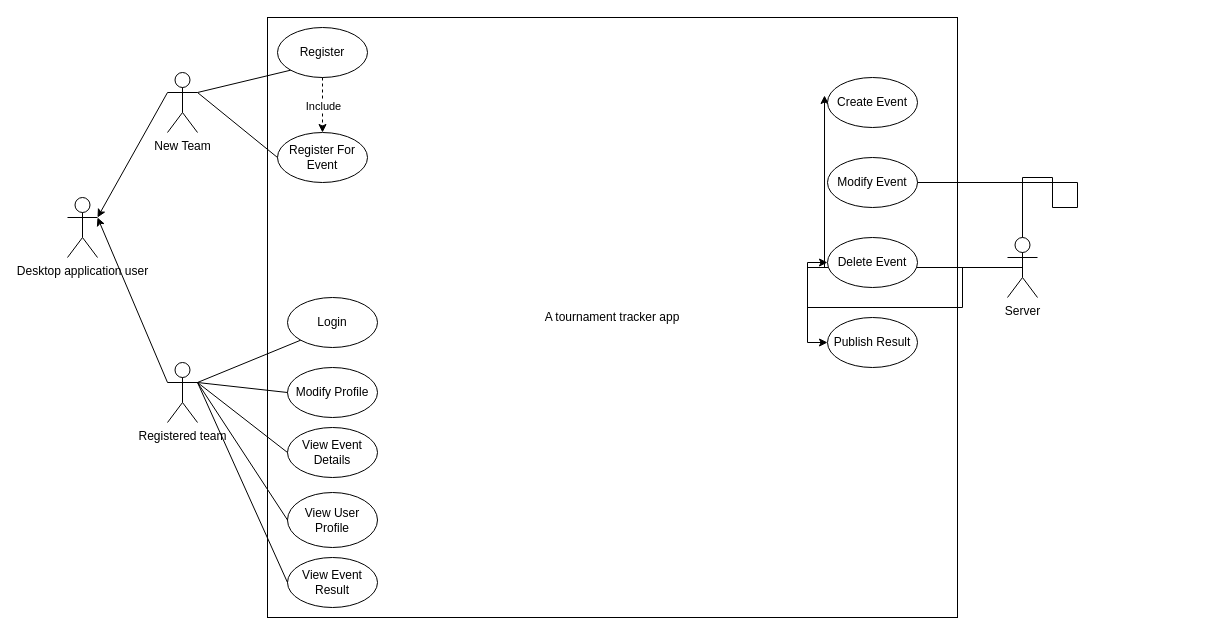
Above: Do An/Báo cáo giữa kì/Use case diagram.drawio in LapTrinhMangProject/NT106.N22.Group10 (draw.io), before the change. Source tidied: cells renumbered, new cells numbered last; positions are measured from the earlier drawing's top-left corner, leaving out a move shared by most shapes. Both pictures are drawn from the tidied source at 100%, with x=0, y=0 at pixel (67, 17).
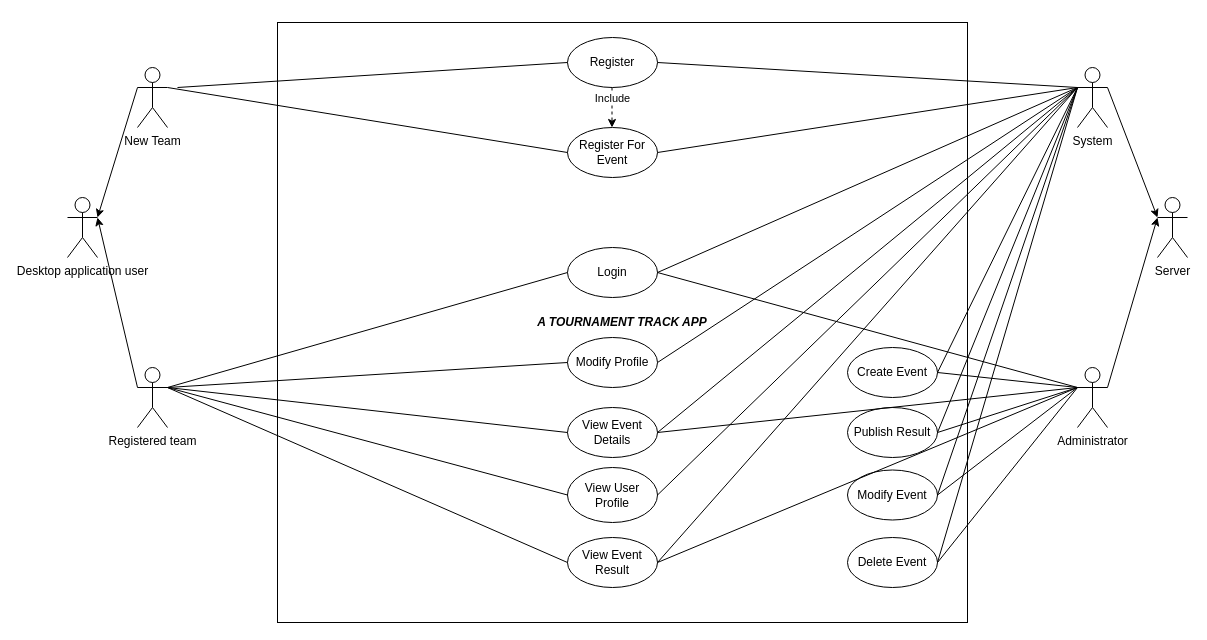
After the change.

Diff of the diagram source:
```diff
@@
-    <mxCell id="2" value="A tournament tracker app" style="rounded=0;whiteSpace=wrap;html=1;" parent="1" vertex="1">
-      <mxGeometry x="200" width="690" height="600" as="geometry" />
+    <mxCell id="2" value="&lt;b&gt;&lt;i&gt;A TOURNAMENT TRACK APP&lt;/i&gt;&lt;/b&gt;" style="rounded=0;whiteSpace=wrap;html=1;" parent="1" vertex="1">
+      <mxGeometry x="210" y="5" width="690" height="600" as="geometry" />
     </mxCell>
-    <mxCell id="3" style="edgeStyle=orthogonalEdgeStyle;rounded=0;jettySize=auto;html=1;exitX=0.5;exitY=0.5;exitDx=0;exitDy=0;exitPerimeter=0;entryX=-0.033;entryY=0.36;entryDx=0;entryDy=0;entryPerimeter=0;" parent="1" edge="1" source="7" target="9">
-      <mxGeometry relative="1" as="geometry" />
-    </mxCell>
-    <mxCell id="4" style="edgeStyle=orthogonalEdgeStyle;rounded=0;jettySize=auto;html=1;exitX=0.5;exitY=0.5;exitDx=0;exitDy=0;exitPerimeter=0;entryX=0;entryY=0.5;entryDx=0;entryDy=0;" parent="1" edge="1" source="7" target="10">
-      <mxGeometry relative="1" as="geometry">
-        <Array as="points">
-          <mxPoint x="985" y="160" />
-          <mxPoint x="985" y="190" />
-          <mxPoint x="1010" y="190" />
-        </Array>
-      </mxGeometry>
-    </mxCell>
-    <mxCell id="5" style="edgeStyle=orthogonalEdgeStyle;rounded=0;jettySize=auto;html=1;exitX=0.5;exitY=0.5;exitDx=0;exitDy=0;exitPerimeter=0;entryX=0;entryY=0.5;entryDx=0;entryDy=0;" parent="1" edge="1" source="7" target="11">
-      <mxGeometry relative="1" as="geometry" />
-    </mxCell>
-    <mxCell id="6" style="edgeStyle=orthogonalEdgeStyle;rounded=0;jettySize=auto;html=1;exitX=0.5;exitY=0.5;exitDx=0;exitDy=0;exitPerimeter=0;entryX=0;entryY=0.5;entryDx=0;entryDy=0;" parent="1" edge="1" source="7" target="12">
-      <mxGeometry relative="1" as="geometry" />
-    </mxCell>
     <mxCell id="7" value="Server&lt;br&gt;" style="shape=umlActor;verticalLabelPosition=bottom;verticalAlign=top;html=1;" parent="1" vertex="1">
-      <mxGeometry x="940" y="220" width="30" height="60" as="geometry" />
+      <mxGeometry x="1090" y="180" width="30" height="60" as="geometry" />
     </mxCell>
     <mxCell id="8" value="New Team" style="shape=umlActor;verticalLabelPosition=bottom;verticalAlign=top;html=1;" parent="1" vertex="1">
-      <mxGeometry x="100" y="55" width="30" height="60" as="geometry" />
+      <mxGeometry x="70" y="50" width="30" height="60" as="geometry" />
     </mxCell>
-    <mxCell id="9" value="Create Event" style="ellipse;whiteSpace=wrap;html=1;" parent="1" vertex="1">
-      <mxGeometry x="760" y="60" width="90" height="50" as="geometry" />
-    </mxCell>
-    <mxCell id="10" value="Modify Event" style="ellipse;whiteSpace=wrap;html=1;" parent="1" vertex="1">
-      <mxGeometry x="760" y="140" width="90" height="50" as="geometry" />
-    </mxCell>
-    <mxCell id="11" value="Delete Event" style="ellipse;whiteSpace=wrap;html=1;" parent="1" vertex="1">
-      <mxGeometry x="760" y="220" width="90" height="50" as="geometry" />
-    </mxCell>
-    <mxCell id="12" value="Publish Result" style="ellipse;whiteSpace=wrap;html=1;" parent="1" vertex="1">
-      <mxGeometry x="760" y="300" width="90" height="50" as="geometry" />
-    </mxCell>
     <mxCell id="13" value="Register" style="ellipse;whiteSpace=wrap;html=1;" parent="1" vertex="1">
-      <mxGeometry x="210" y="10" width="90" height="50" as="geometry" />
+      <mxGeometry x="500" y="20" width="90" height="50" as="geometry" />
     </mxCell>
-    <mxCell id="14" value="Register For Event" style="ellipse;whiteSpace=wrap;html=1;" parent="1" vertex="1">
-      <mxGeometry x="210" y="115" width="90" height="50" as="geometry" />
-    </mxCell>
     <mxCell id="15" value="Modify Profile" style="ellipse;whiteSpace=wrap;html=1;" parent="1" vertex="1">
-      <mxGeometry x="220" y="350" width="90" height="50" as="geometry" />
+      <mxGeometry x="500" y="320" width="90" height="50" as="geometry" />
     </mxCell>
     <mxCell id="16" value="View Event Details" style="ellipse;whiteSpace=wrap;html=1;" parent="1" vertex="1">
-      <mxGeometry x="220" y="410" width="90" height="50" as="geometry" />
+      <mxGeometry x="500" y="390" width="90" height="50" as="geometry" />
     </mxCell>
     <mxCell id="17" value="View User Profile" style="ellipse;whiteSpace=wrap;html=1;" parent="1" vertex="1">
-      <mxGeometry x="220" y="475" width="90" height="55" as="geometry" />
+      <mxGeometry x="500" y="450" width="90" height="55" as="geometry" />
     </mxCell>
     <mxCell id="18" value="View Event Result" style="ellipse;whiteSpace=wrap;html=1;" parent="1" vertex="1">
-      <mxGeometry x="220" y="540" width="90" height="50" as="geometry" />
+      <mxGeometry x="500" y="520" width="90" height="50" as="geometry" />
     </mxCell>
-    <mxCell id="19" style="endArrow=classic;html=1;rounded=0;dashed=1;entryX=0.5;entryY=0;entryDx=0;entryDy=0;" parent="1" edge="1" source="13" target="14">
-      <mxGeometry relative="1" as="geometry" />
-    </mxCell>
-    <mxCell id="20" value="Include&lt;br&gt;" style="edgeLabel;html=1;align=center;verticalAlign=middle;" parent="19" vertex="1">
-      <mxGeometry relative="1" as="geometry" />
-    </mxCell>
     <mxCell id="21" value="Login" style="ellipse;whiteSpace=wrap;html=1;" parent="1" vertex="1">
-      <mxGeometry x="220" y="280" width="90" height="50" as="geometry" />
+      <mxGeometry x="500" y="230" width="90" height="50" as="geometry" />
     </mxCell>
     <mxCell id="22" value="Registered team" style="shape=umlActor;verticalLabelPosition=bottom;verticalAlign=top;html=1;outlineConnect=0;" parent="1" vertex="1">
-      <mxGeometry x="100" y="345" width="30" height="60" as="geometry" />
+      <mxGeometry x="70" y="350" width="30" height="60" as="geometry" />
     </mxCell>
@@
-    <mxCell id="24" style="endArrow=none;html=1;rounded=0;exitX=1;exitY=0.3333333333333333;exitDx=0;exitDy=0;exitPerimeter=0;entryX=0;entryY=1;entryDx=0;entryDy=0;" parent="1" edge="1" source="22" target="21">
-      <mxGeometry relative="1" as="geometry" />
-    </mxCell>
@@
-    <mxCell id="29" style="endArrow=none;html=1;rounded=0;exitX=1;exitY=0.3333333333333333;exitDx=0;exitDy=0;exitPerimeter=0;entryX=0;entryY=1;entryDx=0;entryDy=0;" parent="1" edge="1" source="8" target="13">
-      <mxGeometry relative="1" as="geometry" />
-    </mxCell>
-    <mxCell id="30" style="endArrow=none;html=1;rounded=0;exitX=1;exitY=0.3333333333333333;exitDx=0;exitDy=0;exitPerimeter=0;entryX=0;entryY=0.5;entryDx=0;entryDy=0;" parent="1" edge="1" source="8" target="14">
-      <mxGeometry relative="1" as="geometry" />
-    </mxCell>
@@
+    <mxCell id="33" value="System" style="shape=umlActor;verticalLabelPosition=bottom;verticalAlign=top;html=1;" parent="1" vertex="1">
+      <mxGeometry x="1010" y="50" width="30" height="60" as="geometry" />
+    </mxCell>
+    <mxCell id="34" value="Administrator" style="shape=umlActor;verticalLabelPosition=bottom;verticalAlign=top;html=1;" parent="1" vertex="1">
+      <mxGeometry x="1010" y="350" width="30" height="60" as="geometry" />
+    </mxCell>
+    <mxCell id="9" value="Create Event" style="ellipse;whiteSpace=wrap;html=1;" parent="1" vertex="1">
+      <mxGeometry x="780" y="330" width="90" height="50" as="geometry" />
+    </mxCell>
+    <mxCell id="12" value="Publish Result" style="ellipse;whiteSpace=wrap;html=1;" parent="1" vertex="1">
+      <mxGeometry x="780" y="390" width="90" height="50" as="geometry" />
+    </mxCell>
+    <mxCell id="10" value="Modify Event" style="ellipse;whiteSpace=wrap;html=1;" parent="1" vertex="1">
+      <mxGeometry x="780" y="452.5" width="90" height="50" as="geometry" />
+    </mxCell>
+    <mxCell id="11" value="Delete Event" style="ellipse;whiteSpace=wrap;html=1;" parent="1" vertex="1">
+      <mxGeometry x="780" y="520" width="90" height="50" as="geometry" />
+    </mxCell>
+    <mxCell id="35" style="endArrow=classic;html=1;rounded=0;exitX=1;exitY=0.3333333333333333;exitDx=0;exitDy=0;exitPerimeter=0;" parent="1" edge="1" source="33">
+      <mxGeometry relative="1" as="geometry">
+        <mxPoint x="1090" y="200" as="targetPoint" />
+      </mxGeometry>
+    </mxCell>
+    <mxCell id="36" style="endArrow=classic;html=1;rounded=0;exitX=1;exitY=0.3333333333333333;exitDx=0;exitDy=0;exitPerimeter=0;" parent="1" edge="1" source="34">
+      <mxGeometry relative="1" as="geometry">
+        <mxPoint x="1090" y="200" as="targetPoint" />
+      </mxGeometry>
+    </mxCell>
+    <mxCell id="14" value="Register For Event" style="ellipse;whiteSpace=wrap;html=1;" parent="1" vertex="1">
+      <mxGeometry x="500" y="110" width="90" height="50" as="geometry" />
+    </mxCell>
+    <mxCell id="37" style="endArrow=none;html=1;rounded=0;exitX=1;exitY=0.5;exitDx=0;exitDy=0;" parent="1" edge="1" source="14">
+      <mxGeometry relative="1" as="geometry">
+        <mxPoint x="1010" y="70" as="targetPoint" />
+      </mxGeometry>
+    </mxCell>
+    <mxCell id="30" style="endArrow=none;html=1;rounded=0;entryX=0;entryY=0.5;entryDx=0;entryDy=0;exitX=1;exitY=0.3333333333333333;exitDx=0;exitDy=0;exitPerimeter=0;" parent="1" edge="1" source="8" target="14">
+      <mxGeometry relative="1" as="geometry" />
+    </mxCell>
+    <mxCell id="38" style="endArrow=none;html=1;rounded=0;entryX=0;entryY=0.5;entryDx=0;entryDy=0;" parent="1" edge="1" target="13">
+      <mxGeometry relative="1" as="geometry">
+        <mxPoint x="110" y="70" as="sourcePoint" />
+      </mxGeometry>
+    </mxCell>
+    <mxCell id="39" style="endArrow=classic;html=1;rounded=0;dashed=1;" parent="1" edge="1">
+      <mxGeometry relative="1" as="geometry">
+        <mxPoint x="544.5" y="70" as="sourcePoint" />
+        <mxPoint x="544.5" y="110" as="targetPoint" />
+      </mxGeometry>
+    </mxCell>
+    <mxCell id="20" value="Include&lt;br&gt;" style="edgeLabel;html=1;align=center;verticalAlign=middle;" parent="39" vertex="1">
+      <mxGeometry relative="1" as="geometry">
+        <mxPoint y="-10" as="offset" />
+      </mxGeometry>
+    </mxCell>
+    <mxCell id="40" style="endArrow=none;html=1;rounded=0;exitX=1;exitY=0.5;exitDx=0;exitDy=0;entryX=0;entryY=0.3333333333333333;entryDx=0;entryDy=0;entryPerimeter=0;" parent="1" edge="1" source="13" target="33">
+      <mxGeometry relative="1" as="geometry" />
+    </mxCell>
+    <mxCell id="41" style="endArrow=none;html=1;rounded=0;exitX=1;exitY=0.5;exitDx=0;exitDy=0;" parent="1" edge="1" source="21">
+      <mxGeometry relative="1" as="geometry">
+        <mxPoint x="1010" y="70" as="targetPoint" />
+      </mxGeometry>
+    </mxCell>
+    <mxCell id="42" style="endArrow=none;html=1;rounded=0;exitX=1;exitY=0.5;exitDx=0;exitDy=0;entryX=0;entryY=0.3333333333333333;entryDx=0;entryDy=0;entryPerimeter=0;" parent="1" edge="1" source="15" target="33">
+      <mxGeometry relative="1" as="geometry" />
+    </mxCell>
+    <mxCell id="43" style="endArrow=none;html=1;rounded=0;exitX=1;exitY=0.5;exitDx=0;exitDy=0;entryX=0;entryY=0.3333333333333333;entryDx=0;entryDy=0;entryPerimeter=0;" parent="1" edge="1" source="16" target="33">
+      <mxGeometry relative="1" as="geometry" />
+    </mxCell>
+    <mxCell id="44" style="endArrow=none;html=1;rounded=0;exitX=1;exitY=0.5;exitDx=0;exitDy=0;entryX=0;entryY=0.3333333333333333;entryDx=0;entryDy=0;entryPerimeter=0;" parent="1" edge="1" source="17" target="33">
+      <mxGeometry relative="1" as="geometry" />
+    </mxCell>
+    <mxCell id="45" style="endArrow=none;html=1;rounded=0;exitX=1;exitY=0.5;exitDx=0;exitDy=0;entryX=0;entryY=0.3333333333333333;entryDx=0;entryDy=0;entryPerimeter=0;" parent="1" edge="1" source="18" target="33">
+      <mxGeometry relative="1" as="geometry" />
+    </mxCell>
+    <mxCell id="46" style="endArrow=none;html=1;rounded=0;exitX=1;exitY=0.5;exitDx=0;exitDy=0;entryX=0;entryY=0.3333333333333333;entryDx=0;entryDy=0;entryPerimeter=0;" parent="1" edge="1" source="9" target="33">
+      <mxGeometry relative="1" as="geometry" />
+    </mxCell>
+    <mxCell id="47" style="endArrow=none;html=1;rounded=0;exitX=1;exitY=0.5;exitDx=0;exitDy=0;entryX=0;entryY=0.3333333333333333;entryDx=0;entryDy=0;entryPerimeter=0;" parent="1" edge="1" source="12" target="33">
+      <mxGeometry relative="1" as="geometry" />
+    </mxCell>
+    <mxCell id="48" style="endArrow=none;html=1;rounded=0;exitX=1;exitY=0.5;exitDx=0;exitDy=0;" parent="1" edge="1" source="10">
+      <mxGeometry relative="1" as="geometry">
+        <mxPoint x="1010" y="370" as="targetPoint" />
+      </mxGeometry>
+    </mxCell>
+    <mxCell id="49" style="endArrow=none;html=1;rounded=0;exitX=1;exitY=0.5;exitDx=0;exitDy=0;" parent="1" edge="1" source="11">
+      <mxGeometry relative="1" as="geometry">
+        <mxPoint x="1010" y="370" as="targetPoint" />
+      </mxGeometry>
+    </mxCell>
+    <mxCell id="50" style="endArrow=none;html=1;rounded=0;entryX=0;entryY=0.3333333333333333;entryDx=0;entryDy=0;entryPerimeter=0;exitX=1;exitY=0.5;exitDx=0;exitDy=0;" parent="1" edge="1" source="10" target="33">
+      <mxGeometry relative="1" as="geometry" />
+    </mxCell>
+    <mxCell id="51" style="endArrow=none;html=1;rounded=0;entryX=0;entryY=0.3333333333333333;entryDx=0;entryDy=0;entryPerimeter=0;exitX=1;exitY=0.5;exitDx=0;exitDy=0;" parent="1" edge="1" source="11" target="33">
+      <mxGeometry relative="1" as="geometry" />
+    </mxCell>
+    <mxCell id="52" style="endArrow=none;html=1;rounded=0;exitX=1;exitY=0.5;exitDx=0;exitDy=0;" parent="1" edge="1" source="12">
+      <mxGeometry relative="1" as="geometry">
+        <mxPoint x="1010" y="370" as="targetPoint" />
+      </mxGeometry>
+    </mxCell>
+    <mxCell id="53" style="endArrow=none;html=1;rounded=0;exitX=1;exitY=0.5;exitDx=0;exitDy=0;" parent="1" edge="1" source="9">
+      <mxGeometry relative="1" as="geometry">
+        <mxPoint x="1010" y="370" as="targetPoint" />
+      </mxGeometry>
+    </mxCell>
+    <mxCell id="54" style="endArrow=none;html=1;rounded=0;exitX=1;exitY=0.5;exitDx=0;exitDy=0;" parent="1" edge="1" source="21">
+      <mxGeometry relative="1" as="geometry">
+        <mxPoint x="1010" y="370" as="targetPoint" />
+      </mxGeometry>
+    </mxCell>
+    <mxCell id="55" style="endArrow=none;html=1;rounded=0;entryX=0;entryY=0.5;entryDx=0;entryDy=0;" parent="1" edge="1" target="21">
+      <mxGeometry relative="1" as="geometry">
+        <mxPoint x="100" y="370" as="sourcePoint" />
+      </mxGeometry>
+    </mxCell>
+    <mxCell id="56" style="endArrow=none;html=1;rounded=0;exitX=1;exitY=0.5;exitDx=0;exitDy=0;" parent="1" edge="1" source="18">
+      <mxGeometry relative="1" as="geometry">
+        <mxPoint x="1010" y="370" as="targetPoint" />
+      </mxGeometry>
+    </mxCell>
+    <mxCell id="57" style="endArrow=none;html=1;rounded=0;exitX=1;exitY=0.5;exitDx=0;exitDy=0;" parent="1" edge="1" source="16">
+      <mxGeometry relative="1" as="geometry">
+        <mxPoint x="1010" y="370" as="targetPoint" />
+      </mxGeometry>
+    </mxCell>
```
